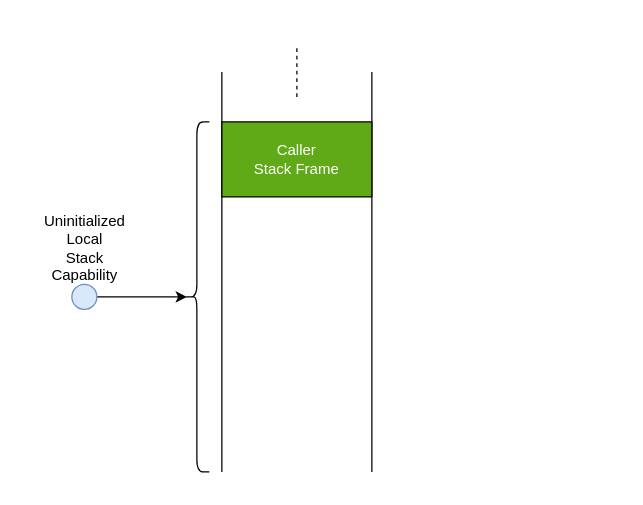
This is drawio/secret-on-stack-1.drawio from capt-hb/thesis, a draw.io file, before an edit. Source tidied: cells renumbered, new cells numbered last; positions are measured from the earlier drawing's top-left corner, leaving out a move shared by most shapes. Both pictures are drawn from the tidied source at 125%, with x=0, y=0 at pixel (34, 46).
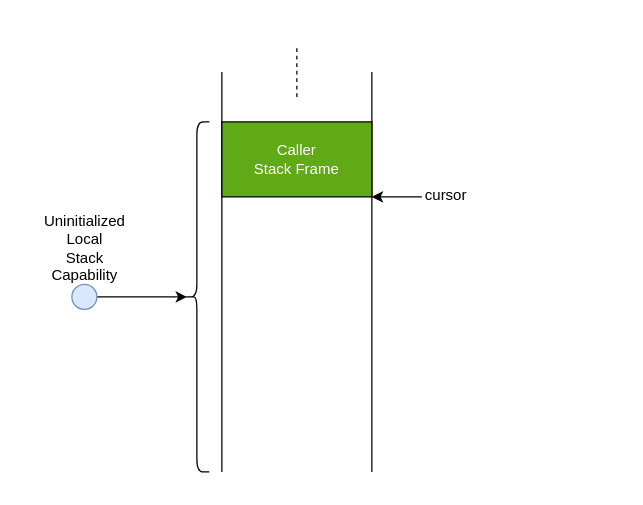
The same diagram, later.

The edit, as a diff of the source:
```diff
@@
 <mxGraphModel>
   <root>
     <mxCell id="0" />
     <mxCell id="1" parent="0" />
+    <mxCell id="10" style="rounded=0;whiteSpace=wrap;html=1;strokeColor=none;fillColor=none;fontSize=12;" parent="1" vertex="1">
+      <mxGeometry x="-10" y="-20" width="480" height="370" as="geometry" />
+    </mxCell>
     <mxCell id="2" style="endArrow=none;html=1;" parent="1" edge="1">
       <mxGeometry relative="1" as="geometry">
         <mxPoint x="150" y="340" as="sourcePoint" />
         <mxPoint x="150" y="20" as="targetPoint" />
       </mxGeometry>
     </mxCell>
     <mxCell id="3" style="endArrow=none;html=1;" parent="1" edge="1">
       <mxGeometry relative="1" as="geometry">
         <mxPoint x="270" y="340" as="sourcePoint" />
         <mxPoint x="270" y="20" as="targetPoint" />
       </mxGeometry>
     </mxCell>
     <mxCell id="4" style="endArrow=none;dashed=1;html=1;" parent="1" edge="1">
       <mxGeometry relative="1" as="geometry">
         <mxPoint x="210" y="40" as="sourcePoint" />
         <mxPoint x="210" as="targetPoint" />
       </mxGeometry>
     </mxCell>
     <mxCell id="5" value="Caller&lt;br&gt;Stack Frame" style="rounded=0;whiteSpace=wrap;html=1;strokeColor=#000000;align=center;fillColor=#60a917;fontColor=#ffffff;" parent="1" vertex="1">
       <mxGeometry x="150" y="60" width="120" height="60" as="geometry" />
     </mxCell>
     <mxCell id="6" style="edgeStyle=orthogonalEdgeStyle;rounded=0;jettySize=auto;html=1;entryX=0.1;entryY=0.5;entryDx=0;entryDy=0;entryPerimeter=0;" parent="1" edge="1" source="7" target="8">
       <mxGeometry relative="1" as="geometry" />
     </mxCell>
     <mxCell id="7" style="ellipse;whiteSpace=wrap;html=1;strokeColor=#6c8ebf;align=center;fillColor=#dae8fc;" parent="1" vertex="1">
       <mxGeometry x="30" y="190" width="20" height="20" as="geometry" />
     </mxCell>
     <mxCell id="8" style="shape=curlyBracket;whiteSpace=wrap;html=1;rounded=1;strokeColor=#000000;align=center;" parent="1" vertex="1">
       <mxGeometry x="120" y="60" width="20" height="280" as="geometry" />
     </mxCell>
     <mxCell id="9" value="Uninitialized&lt;br&gt;Local&lt;br&gt;Stack&lt;br&gt;Capability" style="text;html=1;align=center;verticalAlign=top;spacingTop=-4;" parent="1" vertex="1">
       <mxGeometry y="130" width="80" height="60" as="geometry" />
     </mxCell>
+    <mxCell id="11" style="endArrow=classic;html=1;fontSize=12;" parent="1" edge="1">
+      <mxGeometry relative="1" as="geometry">
+        <mxPoint x="310" y="120" as="sourcePoint" />
+        <mxPoint x="270" y="120" as="targetPoint" />
+      </mxGeometry>
+    </mxCell>
+    <mxCell id="12" value="cursor" style="edgeLabel;html=1;align=center;verticalAlign=middle;fontSize=12;" parent="11" vertex="1">
+      <mxGeometry x="-1" y="-6" relative="1" as="geometry">
+        <mxPoint x="18" y="4" as="offset" />
+      </mxGeometry>
+    </mxCell>
   </root>
 </mxGraphModel>
```
